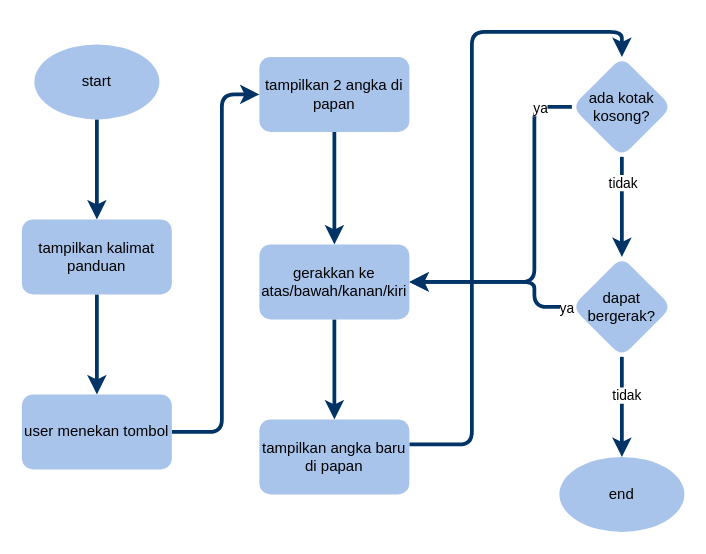
Earlier version of the draw.io diagram page "program" (1 of 4) of sistem Diagram.drawio (novianh/database-smt-1). Source tidied: cells renumbered, new cells numbered last; positions are measured from the earlier drawing's top-left corner, leaving out a move shared by most shapes. Both pictures are drawn from the tidied source at 125%, with x=0, y=0 at pixel (21, 31).
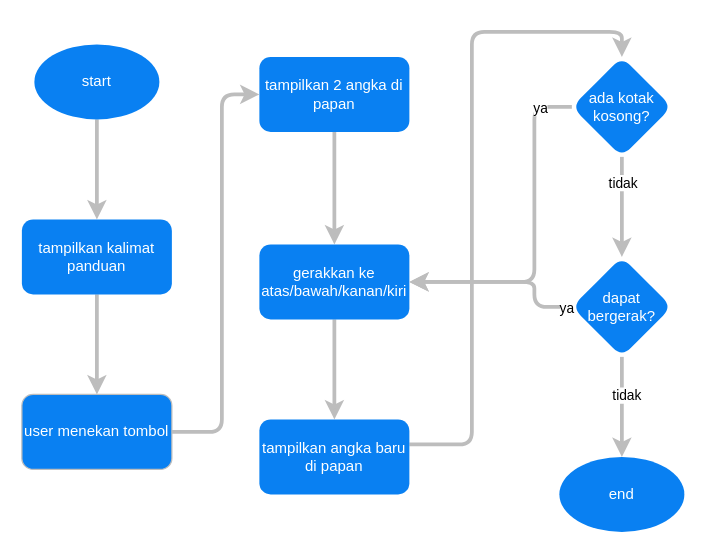
The same diagram, later.

Change to the diagram source:
```diff
@@
-    <mxCell id="2" style="edgeStyle=orthogonalEdgeStyle;jettySize=auto;html=1;fillColor=#eeeeee;strokeWidth=3;strokeColor=#003366;rounded=1;" parent="1" edge="1" source="3" target="7">
+    <mxCell id="2" style="edgeStyle=orthogonalEdgeStyle;jettySize=auto;html=1;fillColor=#eeeeee;strokeWidth=3;rounded=1;fontColor=#FFFFFF;strokeColor=#BDBDBD;" parent="1" edge="1" source="3" target="7">
       <mxGeometry relative="1" as="geometry" />
     </mxCell>
-    <mxCell id="3" value="tampilkan 2 angka di papan" style="rounded=1;whiteSpace=wrap;html=1;strokeColor=none;fillColor=#A9C4EB;" parent="1" vertex="1">
+    <mxCell id="3" value="tampilkan 2 angka di papan" style="rounded=1;whiteSpace=wrap;html=1;strokeColor=none;fontColor=#FFFFFF;fillColor=#0980F2;" parent="1" vertex="1">
       <mxGeometry x="190" y="20" width="120" height="60" as="geometry" />
     </mxCell>
-    <mxCell id="4" style="edgeStyle=orthogonalEdgeStyle;jettySize=auto;html=1;fillColor=#eeeeee;strokeWidth=3;strokeColor=#003366;rounded=1;" parent="1" edge="1" source="5" target="22">
+    <mxCell id="4" style="edgeStyle=orthogonalEdgeStyle;jettySize=auto;html=1;fillColor=#eeeeee;strokeWidth=3;rounded=1;fontColor=#FFFFFF;strokeColor=#BDBDBD;" parent="1" edge="1" source="5" target="22">
       <mxGeometry relative="1" as="geometry" />
     </mxCell>
-    <mxCell id="5" value="start" style="strokeWidth=1;html=1;shape=mxgraph.flowchart.start_1;whiteSpace=wrap;strokeColor=none;fillColor=#A9C4EB;" parent="1" vertex="1">
+    <mxCell id="5" value="start" style="strokeWidth=1;html=1;shape=mxgraph.flowchart.start_1;whiteSpace=wrap;strokeColor=none;fontColor=#FFFFFF;fillColor=#0980f2;" parent="1" vertex="1">
       <mxGeometry x="10" y="10" width="100" height="60" as="geometry" />
     </mxCell>
-    <mxCell id="6" style="edgeStyle=orthogonalEdgeStyle;jettySize=auto;html=1;fillColor=#eeeeee;strokeWidth=3;strokeColor=#003366;rounded=1;" parent="1" edge="1" source="7" target="9">
+    <mxCell id="6" style="edgeStyle=orthogonalEdgeStyle;jettySize=auto;html=1;fillColor=#eeeeee;strokeWidth=3;rounded=1;fontColor=#FFFFFF;strokeColor=#BDBDBD;" parent="1" edge="1" source="7" target="9">
       <mxGeometry relative="1" as="geometry" />
     </mxCell>
-    <mxCell id="7" value="gerakkan ke atas/bawah/kanan/kiri" style="whiteSpace=wrap;html=1;rounded=1;strokeColor=none;fillColor=#A9C4EB;" parent="1" vertex="1">
+    <mxCell id="7" value="gerakkan ke atas/bawah/kanan/kiri" style="whiteSpace=wrap;html=1;rounded=1;strokeColor=none;fontColor=#FFFFFF;fillColor=#0980F2;" parent="1" vertex="1">
       <mxGeometry x="190" y="170" width="120" height="60" as="geometry" />
     </mxCell>
-    <mxCell id="8" style="edgeStyle=orthogonalEdgeStyle;jettySize=auto;html=1;strokeWidth=3;strokeColor=#003366;rounded=1;" parent="1" edge="1" source="9" target="14">
+    <mxCell id="8" style="edgeStyle=orthogonalEdgeStyle;jettySize=auto;html=1;strokeWidth=3;rounded=1;strokeColor=#BDBDBD;" parent="1" edge="1" source="9" target="14">
       <mxGeometry relative="1" as="geometry">
         <Array as="points">
           <mxPoint x="360" y="330" />
           <mxPoint x="360" />
           <mxPoint x="480" />
         </Array>
       </mxGeometry>
     </mxCell>
-    <mxCell id="9" value="tampilkan angka baru di papan" style="whiteSpace=wrap;html=1;rounded=1;strokeColor=none;fillColor=#A9C4EB;" parent="1" vertex="1">
+    <mxCell id="9" value="tampilkan angka baru di papan" style="whiteSpace=wrap;html=1;rounded=1;strokeColor=none;fontColor=#FFFFFF;fillColor=#0980F2;" parent="1" vertex="1">
       <mxGeometry x="190" y="310" width="120" height="60" as="geometry" />
     </mxCell>
-    <mxCell id="10" style="edgeStyle=orthogonalEdgeStyle;jettySize=auto;html=1;strokeWidth=3;strokeColor=#003366;rounded=1;" parent="1" edge="1" source="14" target="19">
+    <mxCell id="10" style="edgeStyle=orthogonalEdgeStyle;jettySize=auto;html=1;strokeWidth=3;rounded=1;strokeColor=#BDBDBD;" parent="1" edge="1" source="14" target="19">
       <mxGeometry relative="1" as="geometry" />
     </mxCell>
@@
-    <mxCell id="12" style="edgeStyle=orthogonalEdgeStyle;jettySize=auto;html=1;exitX=0;exitY=0.5;exitDx=0;exitDy=0;entryX=1;entryY=0.5;entryDx=0;entryDy=0;strokeWidth=3;strokeColor=#003366;rounded=1;" parent="1" edge="1" source="14" target="7">
+    <mxCell id="12" style="edgeStyle=orthogonalEdgeStyle;jettySize=auto;html=1;exitX=0;exitY=0.5;exitDx=0;exitDy=0;entryX=1;entryY=0.5;entryDx=0;entryDy=0;strokeWidth=3;rounded=1;strokeColor=#BDBDBD;" parent="1" edge="1" source="14" target="7">
       <mxGeometry relative="1" as="geometry">
         <Array as="points">
           <mxPoint x="410" y="60" />
           <mxPoint x="410" y="200" />
         </Array>
       </mxGeometry>
     </mxCell>
@@
-    <mxCell id="14" value="ada kotak kosong?" style="rhombus;whiteSpace=wrap;html=1;rounded=1;strokeColor=none;fillColor=#A9C4EB;" parent="1" vertex="1">
+    <mxCell id="14" value="ada kotak kosong?" style="rhombus;whiteSpace=wrap;html=1;rounded=1;strokeColor=none;fontColor=#FFFFFF;fillColor=#0980F2;" parent="1" vertex="1">
       <mxGeometry x="440" y="20" width="80" height="80" as="geometry" />
     </mxCell>
-    <mxCell id="15" style="edgeStyle=orthogonalEdgeStyle;jettySize=auto;html=1;strokeWidth=3;strokeColor=#003366;rounded=1;" parent="1" edge="1" source="19" target="20">
+    <mxCell id="15" style="edgeStyle=orthogonalEdgeStyle;jettySize=auto;html=1;strokeWidth=3;rounded=1;strokeColor=#BDBDBD;" parent="1" edge="1" source="19" target="20">
       <mxGeometry relative="1" as="geometry">
         <Array as="points">
           <mxPoint x="480" y="320" />
           <mxPoint x="480" y="320" />
         </Array>
       </mxGeometry>
     </mxCell>
@@
-    <mxCell id="17" style="edgeStyle=orthogonalEdgeStyle;jettySize=auto;html=1;exitX=0;exitY=0.5;exitDx=0;exitDy=0;entryX=1;entryY=0.5;entryDx=0;entryDy=0;strokeWidth=3;strokeColor=#003366;rounded=1;" parent="1" edge="1" source="19" target="7">
+    <mxCell id="17" style="edgeStyle=orthogonalEdgeStyle;jettySize=auto;html=1;exitX=0;exitY=0.5;exitDx=0;exitDy=0;entryX=1;entryY=0.5;entryDx=0;entryDy=0;strokeWidth=3;rounded=1;strokeColor=#BDBDBD;" parent="1" edge="1" source="19" target="7">
       <mxGeometry relative="1" as="geometry">
         <Array as="points">
           <mxPoint x="410" y="220" />
           <mxPoint x="410" y="200" />
         </Array>
       </mxGeometry>
     </mxCell>
@@
-    <mxCell id="19" value="dapat bergerak?" style="rhombus;whiteSpace=wrap;html=1;rounded=1;strokeColor=none;fillColor=#A9C4EB;" parent="1" vertex="1">
+    <mxCell id="19" value="dapat bergerak?" style="rhombus;whiteSpace=wrap;html=1;rounded=1;strokeColor=none;fontColor=#FFFFFF;fillColor=#0980F2;" parent="1" vertex="1">
       <mxGeometry x="440" y="180" width="80" height="80" as="geometry" />
     </mxCell>
-    <mxCell id="20" value="end" style="strokeWidth=1;html=1;shape=mxgraph.flowchart.start_1;whiteSpace=wrap;strokeColor=none;fillColor=#A9C4EB;" parent="1" vertex="1">
+    <mxCell id="20" value="end" style="strokeWidth=1;html=1;shape=mxgraph.flowchart.start_1;whiteSpace=wrap;strokeColor=none;fontColor=#FFFFFF;fillColor=#0980F2;" parent="1" vertex="1">
       <mxGeometry x="430" y="340" width="100" height="60" as="geometry" />
     </mxCell>
-    <mxCell id="21" style="edgeStyle=orthogonalEdgeStyle;jettySize=auto;html=1;fillColor=#eeeeee;strokeWidth=3;strokeColor=#003366;rounded=1;" parent="1" edge="1" source="22" target="24">
+    <mxCell id="21" style="edgeStyle=orthogonalEdgeStyle;jettySize=auto;html=1;fillColor=#eeeeee;strokeWidth=3;rounded=1;fontColor=#FFFFFF;strokeColor=#BDBDBD;" parent="1" edge="1" source="22" target="24">
       <mxGeometry relative="1" as="geometry" />
     </mxCell>
-    <mxCell id="22" value="tampilkan kalimat panduan" style="whiteSpace=wrap;html=1;strokeWidth=1;rounded=1;glass=0;strokeColor=none;fillColor=#A9C4EB;" parent="1" vertex="1">
+    <mxCell id="22" value="tampilkan kalimat panduan" style="whiteSpace=wrap;html=1;strokeWidth=1;rounded=1;glass=0;strokeColor=none;fontColor=#FFFFFF;fillColor=#0980F2;" parent="1" vertex="1">
       <mxGeometry y="150" width="120" height="60" as="geometry" />
     </mxCell>
-    <mxCell id="23" style="edgeStyle=orthogonalEdgeStyle;jettySize=auto;html=1;exitX=1;exitY=0.5;exitDx=0;exitDy=0;entryX=0;entryY=0.5;entryDx=0;entryDy=0;fillColor=#eeeeee;strokeWidth=3;strokeColor=#003366;rounded=1;" parent="1" edge="1" source="24" target="3">
+    <mxCell id="23" style="edgeStyle=orthogonalEdgeStyle;jettySize=auto;html=1;exitX=1;exitY=0.5;exitDx=0;exitDy=0;entryX=0;entryY=0.5;entryDx=0;entryDy=0;fillColor=#eeeeee;strokeWidth=3;rounded=1;fontColor=#FFFFFF;strokeColor=#BDBDBD;" parent="1" edge="1" source="24" target="3">
       <mxGeometry relative="1" as="geometry">
         <Array as="points">
           <mxPoint x="160" y="320" />
           <mxPoint x="160" y="50" />
         </Array>
       </mxGeometry>
     </mxCell>
-    <mxCell id="24" value="user menekan tombol" style="whiteSpace=wrap;html=1;strokeWidth=1;rounded=1;strokeColor=none;fillColor=#A9C4EB;" parent="1" vertex="1">
+    <mxCell id="24" value="user menekan tombol" style="whiteSpace=wrap;html=1;strokeWidth=1;rounded=1;fontColor=#FFFFFF;fillColor=#0980F2;strokeColor=#BDBDBD;" parent="1" vertex="1">
       <mxGeometry y="290" width="120" height="60" as="geometry" />
     </mxCell>
```
